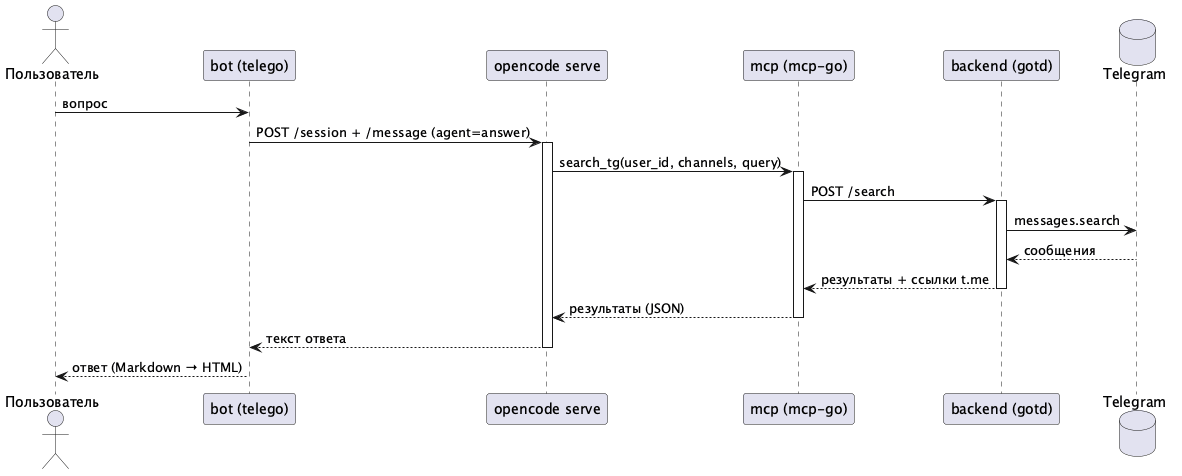
Earlier version of the PlantUML export docs/architecture.png (aesvechnikov/candle-lurk-tg-bot). Its diagram source:
```plantuml
@startuml
actor Пользователь
participant "bot (telego)" as Bot
participant "opencode serve" as OC
participant "mcp (mcp-go)" as MCP
participant "backend (gotd)" as Backend
database "Telegram" as TG

Пользователь -> Bot: вопрос
Bot -> OC: POST /session + /message (agent=answer)
activate OC
OC -> MCP: search_tg(user_id, channels, query)
activate MCP
MCP -> Backend: POST /search
activate Backend
Backend -> TG: messages.search
TG --> Backend: сообщения
Backend --> MCP: результаты + ссылки t.me
deactivate Backend
MCP --> OC: результаты (JSON)
deactivate MCP
OC --> Bot: текст ответа
deactivate OC
Bot --> Пользователь: ответ (Markdown → HTML)
@enduml
```
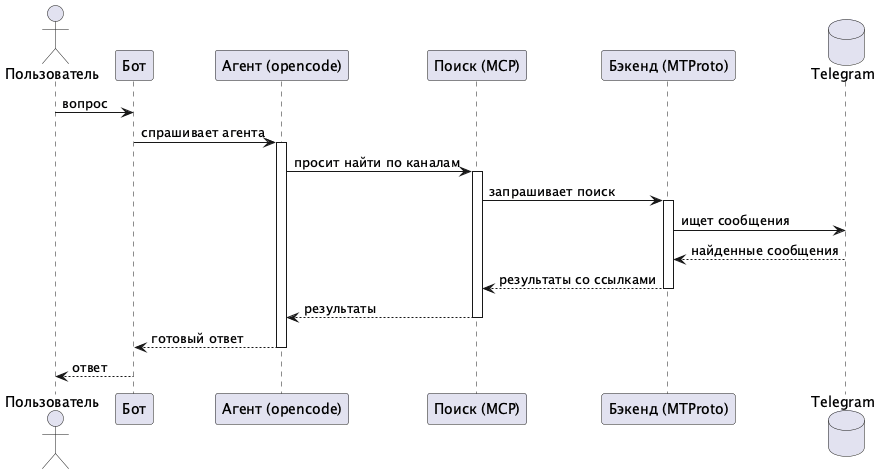
The same file after the commit.

Commit message:
Humanize sequence diagram labels

Diff of the diagram source:
```diff
@@ -1,25 +1,25 @@
 @startuml
 actor Пользователь
-participant "bot (telego)" as Bot
-participant "opencode serve" as OC
-participant "mcp (mcp-go)" as MCP
-participant "backend (gotd)" as Backend
+participant "Бот" as Bot
+participant "Агент (opencode)" as OC
+participant "Поиск (MCP)" as MCP
+participant "Бэкенд (MTProto)" as Backend
 database "Telegram" as TG
 
 Пользователь -> Bot: вопрос
-Bot -> OC: POST /session + /message (agent=answer)
+Bot -> OC: спрашивает агента
 activate OC
-OC -> MCP: search_tg(user_id, channels, query)
+OC -> MCP: просит найти по каналам
 activate MCP
-MCP -> Backend: POST /search
+MCP -> Backend: запрашивает поиск
 activate Backend
-Backend -> TG: messages.search
-TG --> Backend: сообщения
-Backend --> MCP: результаты + ссылки t.me
+Backend -> TG: ищет сообщения
+TG --> Backend: найденные сообщения
+Backend --> MCP: результаты со ссылками
 deactivate Backend
-MCP --> OC: результаты (JSON)
+MCP --> OC: результаты
 deactivate MCP
-OC --> Bot: текст ответа
+OC --> Bot: готовый ответ
 deactivate OC
-Bot --> Пользователь: ответ (Markdown → HTML)
+Bot --> Пользователь: ответ
 @enduml
```
